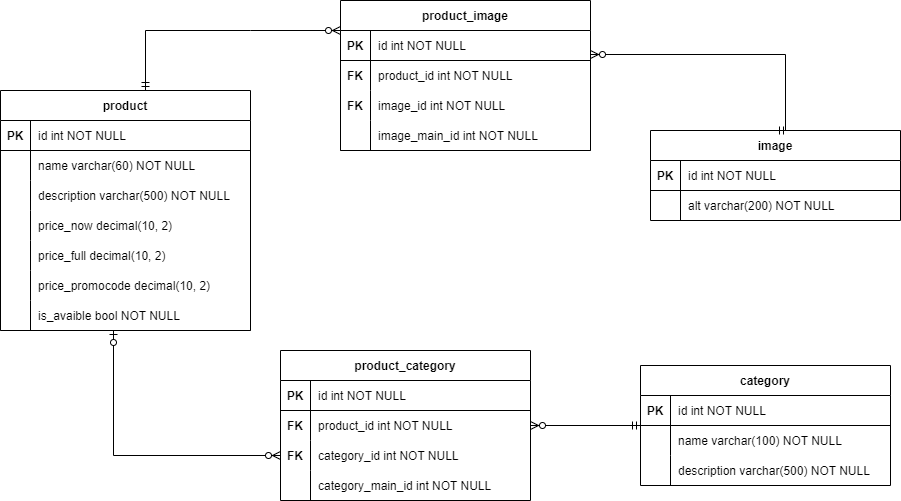
Above: er.png in MarettaLapo/bd (draw.io), before the change. Source tidied: cells renumbered, new cells last; positions are measured from the earlier drawing's top-left corner, leaving out a move shared by most shapes.
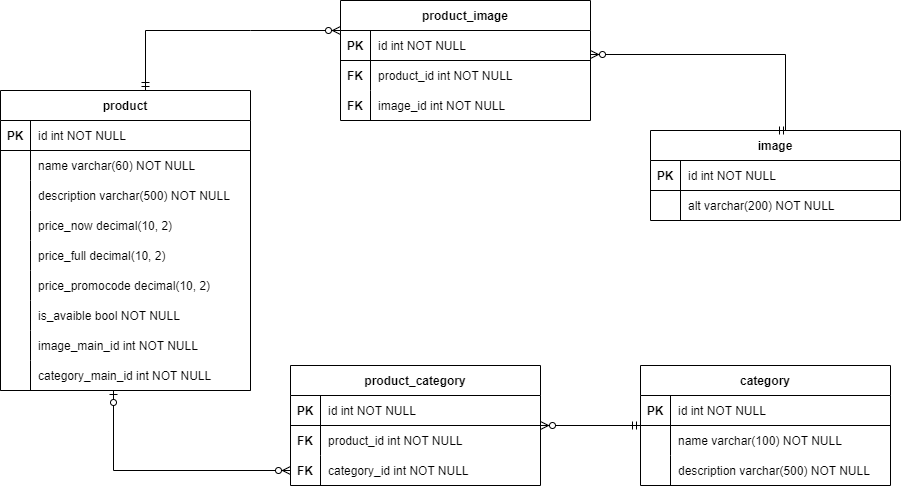
The same diagram one commit later.

The edit, as a diff of the source:
```diff
@@ -24,7 +24,7 @@
       <mxGeometry x="30" width="220" height="30" as="geometry" />
     </mxCell>
     <mxCell id="9" value="product" style="shape=table;startSize=30;rowLines=0;fontStyle=1;align=center;strokeColor=default;" parent="1" vertex="1">
-      <mxGeometry y="90" width="250" height="240" as="geometry" />
+      <mxGeometry y="90" width="250" height="300" as="geometry" />
     </mxCell>
     <mxCell id="10" style="shape=partialRectangle;fillColor=none;top=0;left=0;right=0;bottom=1;strokeColor=default;" parent="9" vertex="1">
       <mxGeometry y="30" width="250" height="30" as="geometry" />
@@ -80,7 +80,7 @@
     <mxCell id="27" value="price_promocode decimal(10, 2)" style="shape=partialRectangle;overflow=hidden;fillColor=none;top=0;left=0;bottom=0;right=0;align=left;spacingLeft=6;fontStyle=0;" parent="25" vertex="1">
       <mxGeometry x="30" width="220" height="30" as="geometry" />
     </mxCell>
-    <mxCell id="28" style="shape=partialRectangle;fillColor=none;top=0;left=0;right=0;bottom=1;" parent="9" vertex="1">
+    <mxCell id="28" style="shape=partialRectangle;fillColor=none;top=0;left=0;right=0;bottom=1;strokeColor=none;" parent="9" vertex="1">
       <mxGeometry y="210" width="250" height="30" as="geometry" />
     </mxCell>
     <mxCell id="29" style="shape=partialRectangle;overflow=hidden;fillColor=none;top=0;left=0;bottom=0;right=0;fontStyle=0;strokeColor=default;" parent="28" vertex="1">
@@ -89,6 +89,24 @@
     <mxCell id="30" value="is_avaible bool NOT NULL" style="shape=partialRectangle;overflow=hidden;fillColor=none;top=0;left=0;bottom=0;right=0;align=left;spacingLeft=6;fontStyle=0;" parent="28" vertex="1">
       <mxGeometry x="30" width="220" height="30" as="geometry" />
     </mxCell>
+    <mxCell id="71" style="shape=partialRectangle;fillColor=none;top=0;left=0;right=0;bottom=1;strokeColor=none;" parent="9" vertex="1">
+      <mxGeometry y="240" width="250" height="30" as="geometry" />
+    </mxCell>
+    <mxCell id="72" style="shape=partialRectangle;overflow=hidden;fillColor=none;top=0;left=0;bottom=0;right=0;fontStyle=0;strokeColor=default;" parent="71" vertex="1">
+      <mxGeometry width="30" height="30" as="geometry" />
+    </mxCell>
+    <mxCell id="66" value="image_main_id int NOT NULL" style="shape=partialRectangle;overflow=hidden;fillColor=none;top=0;left=0;bottom=0;right=0;align=left;spacingLeft=6;fontStyle=0;" parent="71" vertex="1">
+      <mxGeometry x="30" width="220" height="30" as="geometry" />
+    </mxCell>
+    <mxCell id="73" style="shape=partialRectangle;fillColor=none;points=[[0,0.5],[1,0.5]];portConstraint=eastwest;top=0;left=0;right=0;bottom=1;" parent="9" vertex="1">
+      <mxGeometry y="270" width="250" height="30" as="geometry" />
+    </mxCell>
+    <mxCell id="74" style="shape=partialRectangle;overflow=hidden;fillColor=none;top=0;left=0;bottom=0;right=0;fontStyle=0;strokeColor=default;" parent="73" vertex="1">
+      <mxGeometry width="30" height="30" as="geometry" />
+    </mxCell>
+    <mxCell id="53" value="category_main_id int NOT NULL" style="shape=partialRectangle;overflow=hidden;fillColor=none;top=0;left=0;bottom=0;right=0;align=left;spacingLeft=6;fontStyle=0;" parent="73" vertex="1">
+      <mxGeometry x="30" width="220" height="30" as="geometry" />
+    </mxCell>
     <mxCell id="31" value="category" style="shape=table;startSize=30;rowLines=0;fontStyle=1;align=center;" parent="1" vertex="1">
       <mxGeometry x="640" y="365" width="250" height="120" as="geometry" />
     </mxCell>
@@ -120,7 +138,7 @@
       <mxGeometry x="30" width="220" height="30" as="geometry" />
     </mxCell>
     <mxCell id="41" value="product_category" style="shape=table;startSize=30;rowLines=0;fontStyle=1;align=center;strokeColor=default;" parent="1" vertex="1">
-      <mxGeometry x="280" y="350" width="250" height="150" as="geometry" />
+      <mxGeometry x="290" y="365" width="250" height="120" as="geometry" />
     </mxCell>
     <mxCell id="42" style="shape=partialRectangle;fillColor=none;top=0;left=0;right=0;bottom=1;strokeColor=default;" parent="41" vertex="1">
       <mxGeometry y="30" width="250" height="30" as="geometry" />
@@ -149,17 +167,8 @@
     <mxCell id="50" value="category_id int NOT NULL" style="shape=partialRectangle;overflow=hidden;fillColor=none;top=0;left=0;bottom=0;right=0;align=left;spacingLeft=6;" parent="48" vertex="1">
       <mxGeometry x="30" width="220" height="30" as="geometry" />
     </mxCell>
-    <mxCell id="51" style="shape=partialRectangle;fillColor=none;top=0;left=0;right=0;bottom=0;" parent="41" vertex="1">
-      <mxGeometry y="120" width="250" height="30" as="geometry" />
-    </mxCell>
-    <mxCell id="52" style="shape=partialRectangle;overflow=hidden;fillColor=none;top=0;left=0;bottom=0;right=0;fontStyle=1;" parent="51" vertex="1">
-      <mxGeometry width="30" height="30" as="geometry" />
-    </mxCell>
-    <mxCell id="53" value="category_main_id int NOT NULL" style="shape=partialRectangle;overflow=hidden;fillColor=none;top=0;left=0;bottom=0;right=0;align=left;spacingLeft=6;" parent="51" vertex="1">
-      <mxGeometry x="30" width="220" height="30" as="geometry" />
-    </mxCell>
     <mxCell id="54" value="product_image" style="shape=table;startSize=30;rowLines=0;fontStyle=1;align=center;" parent="1" vertex="1">
-      <mxGeometry x="340" width="250" height="150" as="geometry" />
+      <mxGeometry x="340" width="250" height="120" as="geometry" />
     </mxCell>
     <mxCell id="55" style="shape=partialRectangle;fillColor=none;top=0;left=0;right=0;bottom=1;strokeColor=default;" parent="54" vertex="1">
       <mxGeometry y="30" width="250" height="30" as="geometry" />
@@ -188,15 +197,6 @@
     <mxCell id="63" value="image_id int NOT NULL" style="shape=partialRectangle;overflow=hidden;fillColor=none;top=0;left=0;bottom=0;right=0;align=left;spacingLeft=6;fontStyle=0;" parent="61" vertex="1">
       <mxGeometry x="30" width="220" height="30" as="geometry" />
     </mxCell>
-    <mxCell id="64" style="shape=partialRectangle;fillColor=none;top=0;left=0;right=0;bottom=1;" parent="54" vertex="1">
-      <mxGeometry y="120" width="250" height="30" as="geometry" />
-    </mxCell>
-    <mxCell id="65" style="shape=partialRectangle;overflow=hidden;fillColor=none;top=0;left=0;bottom=0;right=0;fontStyle=1;" parent="64" vertex="1">
-      <mxGeometry width="30" height="30" as="geometry" />
-    </mxCell>
-    <mxCell id="66" value="image_main_id int NOT NULL" style="shape=partialRectangle;overflow=hidden;fillColor=none;top=0;left=0;bottom=0;right=0;align=left;spacingLeft=6;fontStyle=0;" parent="64" vertex="1">
-      <mxGeometry x="30" width="220" height="30" as="geometry" />
-    </mxCell>
     <mxCell id="67" style="fontSize=12;html=1;endArrow=ERzeroToMany;startArrow=ERmandOne;rounded=0;fontFamily=Helvetica;fontColor=default;elbow=vertical;" parent="1" edge="1" source="31" target="41">
       <mxGeometry relative="1" as="geometry" />
     </mxCell>
@@ -208,9 +208,8 @@
         </Array>
       </mxGeometry>
     </mxCell>
-    <mxCell id="69" style="edgeStyle=elbowEdgeStyle;fontSize=12;html=1;endArrow=ERzeroToMany;startArrow=ERzeroToOne;rounded=0;fontFamily=Helvetica;fontColor=default;entryX=0;entryY=0.5;entryDx=0;entryDy=0;" parent="1" edge="1" target="48">
+    <mxCell id="69" style="edgeStyle=elbowEdgeStyle;fontSize=12;html=1;endArrow=ERzeroToMany;startArrow=ERzeroToOne;rounded=0;fontFamily=Helvetica;fontColor=default;entryX=0;entryY=0.5;entryDx=0;entryDy=0;exitX=0.452;exitY=1;exitDx=0;exitDy=0;exitPerimeter=0;" parent="1" edge="1" source="73" target="48">
       <mxGeometry relative="1" as="geometry">
-        <mxPoint x="113" y="330" as="sourcePoint" />
         <Array as="points">
           <mxPoint x="113" y="390" />
         </Array>
```
